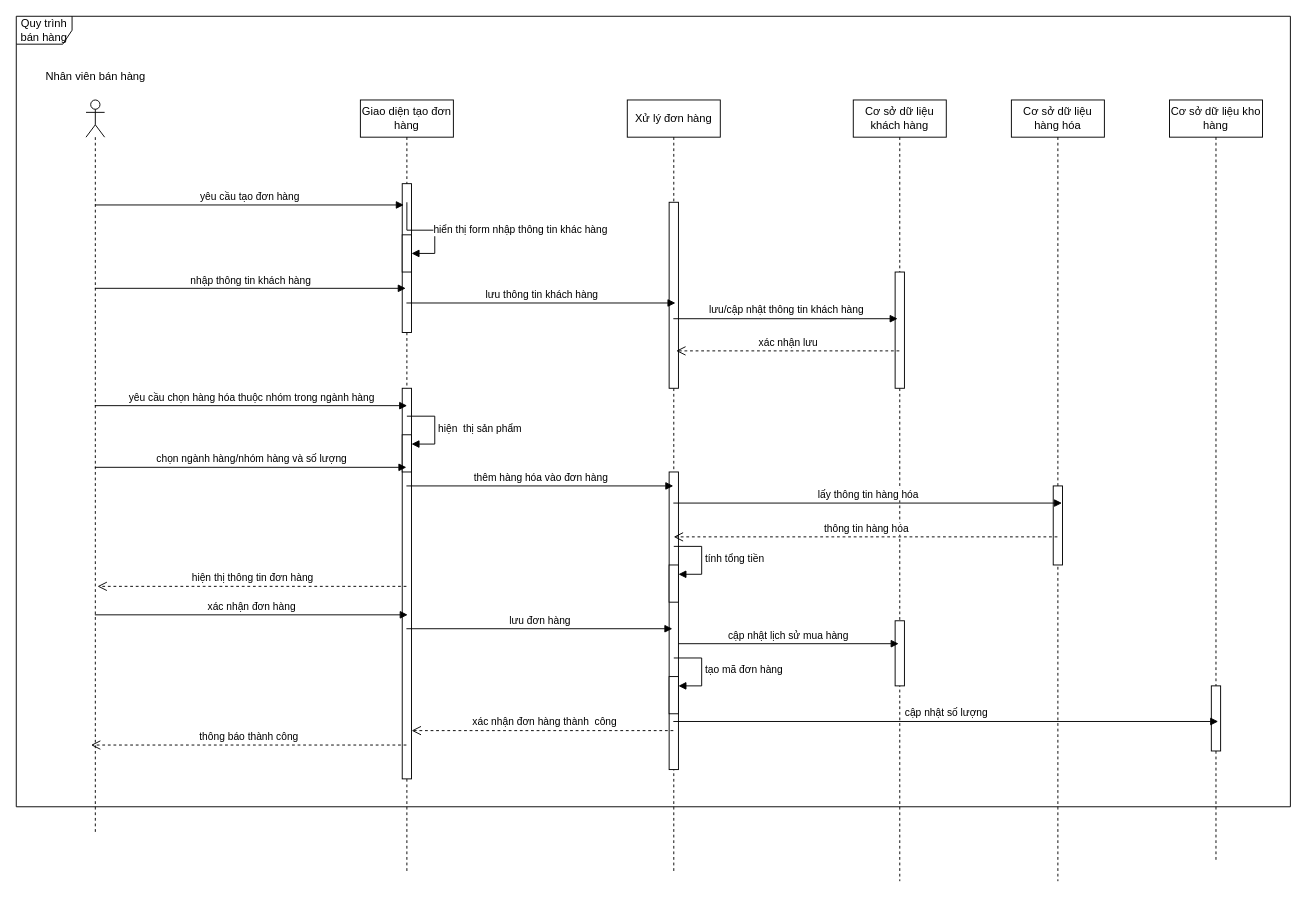
RomJoke/K keeps this draw.io diagram as NVBH sequence.drawio. Above is the earlier version. Source tidied: cells renumbered, new cells numbered last; positions are measured from the earlier drawing's top-left corner, leaving out a move shared by most shapes. Both pictures are drawn from the tidied source at 93%, with x=0, y=0 at pixel (16, 16).
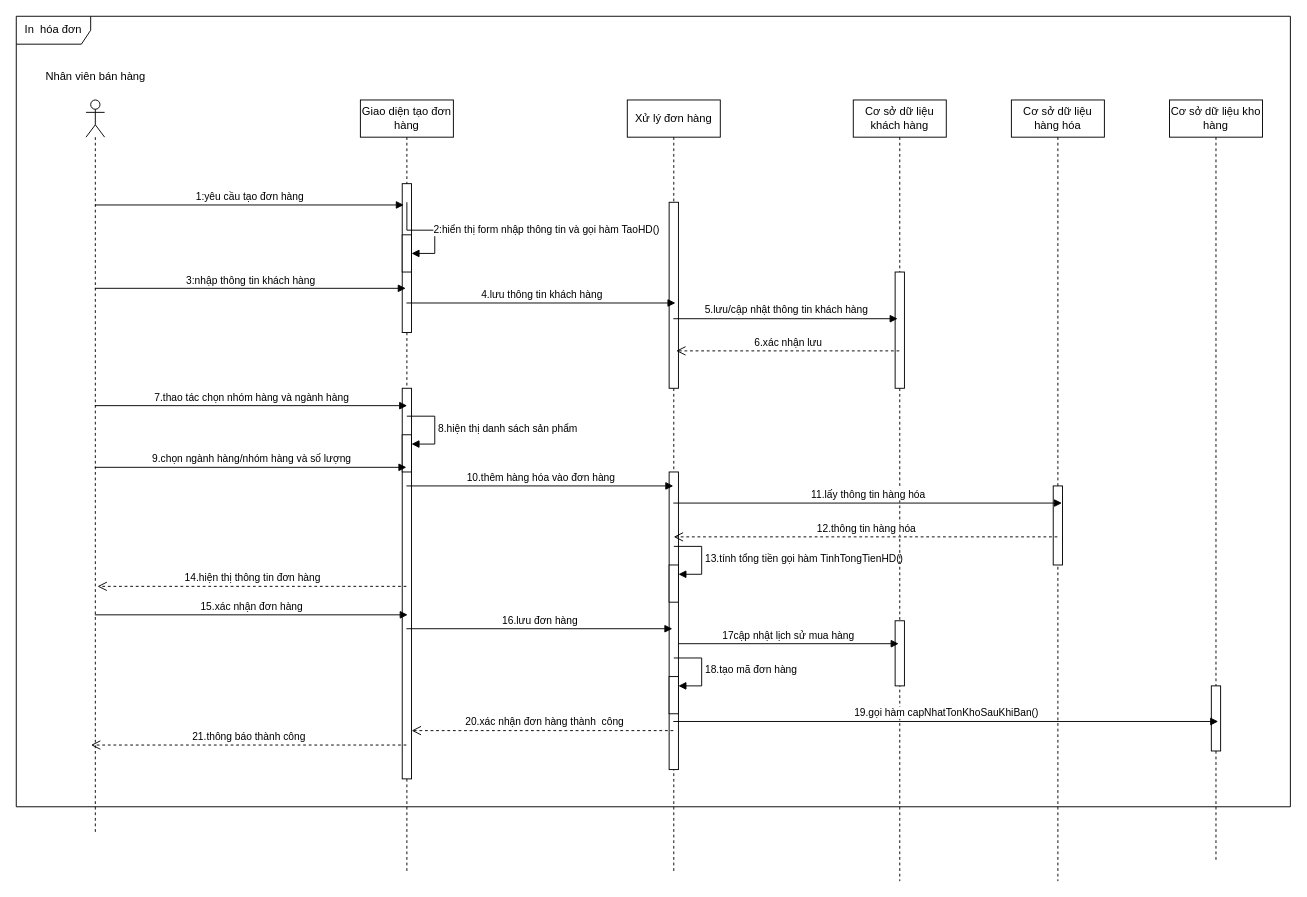
The same diagram, later.

The change refers to these unchanged cells:
```xml
<mxCell id="3" style="shape=umlLifeline;perimeter=lifelinePerimeter;whiteSpace=wrap;html=1;outlineConnect=0;portConstraint=eastwest;newEdgeStyle={&quot;curved&quot;:0,&quot;rounded&quot;:0};participant=umlActor;size=40;" parent="1" vertex="1">
  <mxGeometry x="75" y="90" width="20" height="790" as="geometry" />
</mxCell>
<mxCell id="5" value="Giao diện tạo đơn hàng" style="shape=umlLifeline;perimeter=lifelinePerimeter;whiteSpace=wrap;html=1;outlineConnect=0;portConstraint=eastwest;newEdgeStyle={&quot;curved&quot;:0,&quot;rounded&quot;:0};" parent="1" vertex="1">
  <mxGeometry x="370" y="90" width="100" height="830" as="geometry" />
</mxCell>
<mxCell id="6" style="html=1;points=[[0,0,0,0,5],[0,1,0,0,-5],[1,0,0,0,5],[1,1,0,0,-5]];perimeter=orthogonalPerimeter;outlineConnect=0;targetShapes=umlLifeline;portConstraint=eastwest;newEdgeStyle={&quot;curved&quot;:0,&quot;rounded&quot;:0};" parent="5" vertex="1">
  <mxGeometry x="45" y="90" width="10" height="160" as="geometry" />
</mxCell>
<mxCell id="7" style="html=1;points=[[0,0,0,0,5],[0,1,0,0,-5],[1,0,0,0,5],[1,1,0,0,-5]];perimeter=orthogonalPerimeter;outlineConnect=0;targetShapes=umlLifeline;portConstraint=eastwest;newEdgeStyle={&quot;curved&quot;:0,&quot;rounded&quot;:0};" parent="5" vertex="1">
  <mxGeometry x="45" y="145" width="10" height="40" as="geometry" />
</mxCell>
<mxCell id="10" style="html=1;points=[[0,0,0,0,5],[0,1,0,0,-5],[1,0,0,0,5],[1,1,0,0,-5]];perimeter=orthogonalPerimeter;outlineConnect=0;targetShapes=umlLifeline;portConstraint=eastwest;newEdgeStyle={&quot;curved&quot;:0,&quot;rounded&quot;:0};" parent="5" vertex="1">
  <mxGeometry x="45" y="360" width="10" height="40" as="geometry" />
</mxCell>
<mxCell id="12" value="Xử lý đơn hàng" style="shape=umlLifeline;perimeter=lifelinePerimeter;whiteSpace=wrap;html=1;outlineConnect=0;portConstraint=eastwest;newEdgeStyle={&quot;curved&quot;:0,&quot;rounded&quot;:0};" parent="1" vertex="1">
  <mxGeometry x="657" y="90" width="100" height="830" as="geometry" />
</mxCell>
<mxCell id="13" style="html=1;points=[[0,0,0,0,5],[0,1,0,0,-5],[1,0,0,0,5],[1,1,0,0,-5]];perimeter=orthogonalPerimeter;outlineConnect=0;targetShapes=umlLifeline;portConstraint=eastwest;newEdgeStyle={&quot;curved&quot;:0,&quot;rounded&quot;:0};" parent="12" vertex="1">
  <mxGeometry x="45" y="110" width="10" height="200" as="geometry" />
</mxCell>
<mxCell id="14" style="html=1;points=[[0,0,0,0,5],[0,1,0,0,-5],[1,0,0,0,5],[1,1,0,0,-5]];perimeter=orthogonalPerimeter;outlineConnect=0;targetShapes=umlLifeline;portConstraint=eastwest;newEdgeStyle={&quot;curved&quot;:0,&quot;rounded&quot;:0};" parent="12" vertex="1">
  <mxGeometry x="45" y="400" width="10" height="320" as="geometry" />
</mxCell>
<mxCell id="15" style="html=1;points=[[0,0,0,0,5],[0,1,0,0,-5],[1,0,0,0,5],[1,1,0,0,-5]];perimeter=orthogonalPerimeter;outlineConnect=0;targetShapes=umlLifeline;portConstraint=eastwest;newEdgeStyle={&quot;curved&quot;:0,&quot;rounded&quot;:0};" parent="12" vertex="1">
  <mxGeometry x="45" y="500" width="10" height="40" as="geometry" />
</mxCell>
<mxCell id="18" style="html=1;points=[[0,0,0,0,5],[0,1,0,0,-5],[1,0,0,0,5],[1,1,0,0,-5]];perimeter=orthogonalPerimeter;outlineConnect=0;targetShapes=umlLifeline;portConstraint=eastwest;newEdgeStyle={&quot;curved&quot;:0,&quot;rounded&quot;:0};" parent="12" vertex="1">
  <mxGeometry x="45" y="620" width="10" height="40" as="geometry" />
</mxCell>
<mxCell id="19" value="Cơ sở dữ liệu khách hàng" style="shape=umlLifeline;perimeter=lifelinePerimeter;whiteSpace=wrap;html=1;outlineConnect=0;portConstraint=eastwest;newEdgeStyle={&quot;curved&quot;:0,&quot;rounded&quot;:0};" parent="1" vertex="1">
  <mxGeometry x="900" y="90" width="100" height="840" as="geometry" />
</mxCell>
<mxCell id="22" value="Cơ sở dữ liệu hàng hóa" style="shape=umlLifeline;perimeter=lifelinePerimeter;whiteSpace=wrap;html=1;outlineConnect=0;portConstraint=eastwest;newEdgeStyle={&quot;curved&quot;:0,&quot;rounded&quot;:0};" parent="1" vertex="1">
  <mxGeometry x="1070" y="90" width="100" height="840" as="geometry" />
</mxCell>
<mxCell id="40" value="Cơ sở dữ liệu kho hàng" style="shape=umlLifeline;perimeter=lifelinePerimeter;whiteSpace=wrap;html=1;outlineConnect=0;portConstraint=eastwest;newEdgeStyle={&quot;curved&quot;:0,&quot;rounded&quot;:0};size=40;" parent="1" vertex="1">
  <mxGeometry x="1240" y="90" width="100" height="820" as="geometry" />
</mxCell>
```

Change to the diagram source:
```diff
@@
-    <mxCell id="2" value="Quy trình bán hàng" style="shape=umlFrame;whiteSpace=wrap;html=1;" parent="1" vertex="1">
+    <mxCell id="2" value="In&amp;nbsp; hóa đơn" style="shape=umlFrame;whiteSpace=wrap;html=1;width=80;height=30;" parent="1" vertex="1">
       <mxGeometry width="1370" height="850" as="geometry" />
     </mxCell>
@@
-    <mxCell id="8" value="hiển thị form nhập thông tin khác hàng" style="html=1;align=left;spacingLeft=2;endArrow=block;rounded=0;edgeStyle=orthogonalEdgeStyle;curved=0;rounded=0;" parent="5" edge="1" target="7">
+    <mxCell id="8" value="2:hiển thị form nhập thông tin và gọi hàm TaoHD()" style="html=1;align=left;spacingLeft=2;endArrow=block;rounded=0;edgeStyle=orthogonalEdgeStyle;curved=0;rounded=0;" parent="5" edge="1" target="7">
       <mxGeometry relative="1" as="geometry">
         <mxPoint x="50" y="110" as="sourcePoint" />
         <Array as="points">
           <mxPoint x="80" y="140" />
         </Array>
       </mxGeometry>
     </mxCell>
@@
-    <mxCell id="11" value="hiện&amp;nbsp; thị sản phẩm" style="html=1;align=left;spacingLeft=2;endArrow=block;rounded=0;edgeStyle=orthogonalEdgeStyle;curved=0;rounded=0;" parent="5" edge="1" target="10">
+    <mxCell id="11" value="8.hiện thị danh sách sản phẩm" style="html=1;align=left;spacingLeft=2;endArrow=block;rounded=0;edgeStyle=orthogonalEdgeStyle;curved=0;rounded=0;" parent="5" edge="1" target="10">
       <mxGeometry relative="1" as="geometry">
         <mxPoint x="50" y="340" as="sourcePoint" />
         <Array as="points">
           <mxPoint x="80" y="370" />
         </Array>
       </mxGeometry>
     </mxCell>
@@
-    <mxCell id="16" value="tính tổng tiền" style="html=1;align=left;spacingLeft=2;endArrow=block;rounded=0;edgeStyle=orthogonalEdgeStyle;curved=0;rounded=0;" parent="12" edge="1" target="15">
+    <mxCell id="16" value="13.tính tổng tiền gọi hàm TinhTongTienHD()" style="html=1;align=left;spacingLeft=2;endArrow=block;rounded=0;edgeStyle=orthogonalEdgeStyle;curved=0;rounded=0;" parent="12" edge="1" target="15">
       <mxGeometry x="0.01" relative="1" as="geometry">
         <mxPoint x="50" y="480" as="sourcePoint" />
         <Array as="points">
           <mxPoint x="80" y="510" />
         </Array>
       </mxGeometry>
     </mxCell>
-    <mxCell id="17" value="tạo mã đơn hàng" style="html=1;align=left;spacingLeft=2;endArrow=block;rounded=0;edgeStyle=orthogonalEdgeStyle;curved=0;rounded=0;" parent="12" edge="1" target="18">
+    <mxCell id="17" value="18.tạo mã đơn hàng" style="html=1;align=left;spacingLeft=2;endArrow=block;rounded=0;edgeStyle=orthogonalEdgeStyle;curved=0;rounded=0;" parent="12" edge="1" target="18">
       <mxGeometry relative="1" as="geometry">
         <mxPoint x="50" y="600" as="sourcePoint" />
         <Array as="points">
           <mxPoint x="80" y="630" />
         </Array>
       </mxGeometry>
     </mxCell>
@@
-    <mxCell id="24" value="yêu cầu tạo đơn hàng" style="html=1;verticalAlign=bottom;endArrow=block;curved=0;rounded=0;entryX=0.172;entryY=0.143;entryDx=0;entryDy=0;entryPerimeter=0;" parent="1" edge="1" source="3" target="6">
+    <mxCell id="24" value="1:yêu cầu tạo đơn hàng" style="html=1;verticalAlign=bottom;endArrow=block;curved=0;rounded=0;entryX=0.172;entryY=0.143;entryDx=0;entryDy=0;entryPerimeter=0;" parent="1" edge="1" source="3" target="6">
       <mxGeometry relative="1" as="geometry" />
     </mxCell>
-    <mxCell id="25" value="nhập thông tin khách hàng" style="html=1;verticalAlign=bottom;endArrow=block;curved=0;rounded=0;entryX=0.488;entryY=0.244;entryDx=0;entryDy=0;entryPerimeter=0;" parent="1" edge="1" source="3" target="5">
+    <mxCell id="25" value="3:nhập thông tin khách hàng" style="html=1;verticalAlign=bottom;endArrow=block;curved=0;rounded=0;entryX=0.488;entryY=0.244;entryDx=0;entryDy=0;entryPerimeter=0;" parent="1" edge="1" source="3" target="5">
       <mxGeometry relative="1" as="geometry" />
     </mxCell>
-    <mxCell id="26" value="lưu thông tin khách hàng" style="html=1;verticalAlign=bottom;endArrow=block;curved=0;rounded=0;entryX=0.518;entryY=0.263;entryDx=0;entryDy=0;entryPerimeter=0;" parent="1" edge="1" source="5" target="12">
+    <mxCell id="26" value="4.lưu thông tin khách hàng" style="html=1;verticalAlign=bottom;endArrow=block;curved=0;rounded=0;entryX=0.518;entryY=0.263;entryDx=0;entryDy=0;entryPerimeter=0;" parent="1" edge="1" source="5" target="12">
       <mxGeometry relative="1" as="geometry" />
     </mxCell>
-    <mxCell id="27" value="lưu/cập nhật thông tin khách hàng" style="html=1;verticalAlign=bottom;endArrow=block;curved=0;rounded=0;entryX=0.477;entryY=0.28;entryDx=0;entryDy=0;entryPerimeter=0;" parent="1" edge="1" source="12" target="19">
+    <mxCell id="27" value="5.lưu/cập nhật thông tin khách hàng" style="html=1;verticalAlign=bottom;endArrow=block;curved=0;rounded=0;entryX=0.477;entryY=0.28;entryDx=0;entryDy=0;entryPerimeter=0;" parent="1" edge="1" source="12" target="19">
       <mxGeometry relative="1" as="geometry" />
     </mxCell>
-    <mxCell id="28" value="xác nhận lưu" style="html=1;verticalAlign=bottom;endArrow=open;dashed=1;endSize=8;curved=0;rounded=0;entryX=0.755;entryY=0.799;entryDx=0;entryDy=0;entryPerimeter=0;" parent="1" edge="1" source="19" target="13">
+    <mxCell id="28" value="6.xác nhận lưu" style="html=1;verticalAlign=bottom;endArrow=open;dashed=1;endSize=8;curved=0;rounded=0;entryX=0.755;entryY=0.799;entryDx=0;entryDy=0;entryPerimeter=0;" parent="1" edge="1" source="19" target="13">
       <mxGeometry relative="1" as="geometry" />
     </mxCell>
-    <mxCell id="29" value="yêu cầu chọn hàng hóa thuộc nhóm trong ngành hàng" style="html=1;verticalAlign=bottom;endArrow=block;curved=0;rounded=0;entryX=0.503;entryY=0.396;entryDx=0;entryDy=0;entryPerimeter=0;" parent="1" edge="1" source="3" target="5">
+    <mxCell id="29" value="7.thao tác chọn nhóm hàng và ngành hàng" style="html=1;verticalAlign=bottom;endArrow=block;curved=0;rounded=0;entryX=0.503;entryY=0.396;entryDx=0;entryDy=0;entryPerimeter=0;" parent="1" edge="1" source="3" target="5">
       <mxGeometry relative="1" as="geometry" />
     </mxCell>
-    <mxCell id="30" value="chọn ngành hàng/nhóm hàng và số lượng" style="html=1;verticalAlign=bottom;endArrow=block;curved=0;rounded=0;" parent="1" edge="1" source="3" target="5">
+    <mxCell id="30" value="9.chọn ngành hàng/nhóm hàng và số lượng" style="html=1;verticalAlign=bottom;endArrow=block;curved=0;rounded=0;" parent="1" edge="1" source="3" target="5">
       <mxGeometry relative="1" as="geometry" />
     </mxCell>
-    <mxCell id="31" value="thêm hàng hóa vào đơn hàng" style="html=1;verticalAlign=bottom;endArrow=block;curved=0;rounded=0;" parent="1" edge="1" source="5" target="12">
+    <mxCell id="31" value="10.thêm hàng hóa vào đơn hàng" style="html=1;verticalAlign=bottom;endArrow=block;curved=0;rounded=0;" parent="1" edge="1" source="5" target="12">
       <mxGeometry relative="1" as="geometry" />
     </mxCell>
-    <mxCell id="32" value="lấy thông tin hàng hóa" style="html=1;verticalAlign=bottom;endArrow=block;curved=0;rounded=0;entryX=0.544;entryY=0.516;entryDx=0;entryDy=0;entryPerimeter=0;" parent="1" edge="1" source="12" target="22">
+    <mxCell id="32" value="11.lấy thông tin hàng hóa" style="html=1;verticalAlign=bottom;endArrow=block;curved=0;rounded=0;entryX=0.544;entryY=0.516;entryDx=0;entryDy=0;entryPerimeter=0;" parent="1" edge="1" source="12" target="22">
       <mxGeometry relative="1" as="geometry" />
     </mxCell>
-    <mxCell id="33" value="thông tin hàng hóa" style="html=1;verticalAlign=bottom;endArrow=open;dashed=1;endSize=8;curved=0;rounded=0;entryX=0.499;entryY=0.566;entryDx=0;entryDy=0;entryPerimeter=0;" parent="1" edge="1" source="22" target="12">
+    <mxCell id="33" value="12.thông tin hàng hóa" style="html=1;verticalAlign=bottom;endArrow=open;dashed=1;endSize=8;curved=0;rounded=0;entryX=0.499;entryY=0.566;entryDx=0;entryDy=0;entryPerimeter=0;" parent="1" edge="1" source="22" target="12">
       <mxGeometry relative="1" as="geometry" />
     </mxCell>
-    <mxCell id="34" value="hiện thị thông tin đơn hàng" style="html=1;verticalAlign=bottom;endArrow=open;dashed=1;endSize=8;curved=0;rounded=0;entryX=0.615;entryY=0.662;entryDx=0;entryDy=0;entryPerimeter=0;" parent="1" edge="1" source="5" target="3">
+    <mxCell id="34" value="14.hiện thị thông tin đơn hàng" style="html=1;verticalAlign=bottom;endArrow=open;dashed=1;endSize=8;curved=0;rounded=0;entryX=0.615;entryY=0.662;entryDx=0;entryDy=0;entryPerimeter=0;" parent="1" edge="1" source="5" target="3">
       <mxGeometry relative="1" as="geometry" />
     </mxCell>
-    <mxCell id="35" value="xác nhận đơn hàng" style="html=1;verticalAlign=bottom;endArrow=block;curved=0;rounded=0;entryX=0.509;entryY=0.667;entryDx=0;entryDy=0;entryPerimeter=0;" parent="1" edge="1" source="3" target="5">
+    <mxCell id="35" value="15.xác nhận đơn hàng" style="html=1;verticalAlign=bottom;endArrow=block;curved=0;rounded=0;entryX=0.509;entryY=0.667;entryDx=0;entryDy=0;entryPerimeter=0;" parent="1" edge="1" source="3" target="5">
       <mxGeometry relative="1" as="geometry" />
     </mxCell>
-    <mxCell id="36" value="lưu đơn hàng" style="html=1;verticalAlign=bottom;endArrow=block;curved=0;rounded=0;entryX=0.485;entryY=0.685;entryDx=0;entryDy=0;entryPerimeter=0;" parent="1" edge="1" source="5" target="12">
+    <mxCell id="36" value="16.lưu đơn hàng" style="html=1;verticalAlign=bottom;endArrow=block;curved=0;rounded=0;entryX=0.485;entryY=0.685;entryDx=0;entryDy=0;entryPerimeter=0;" parent="1" edge="1" source="5" target="12">
       <mxGeometry relative="1" as="geometry" />
     </mxCell>
-    <mxCell id="37" value="cập nhật lịch sử mua hàng" style="html=1;verticalAlign=bottom;endArrow=block;curved=0;rounded=0;entryX=0.488;entryY=0.696;entryDx=0;entryDy=0;entryPerimeter=0;" parent="1" edge="1" source="14" target="19">
+    <mxCell id="37" value="17cập nhật lịch sử mua hàng" style="html=1;verticalAlign=bottom;endArrow=block;curved=0;rounded=0;entryX=0.488;entryY=0.696;entryDx=0;entryDy=0;entryPerimeter=0;" parent="1" edge="1" source="14" target="19">
       <mxGeometry relative="1" as="geometry" />
     </mxCell>
-    <mxCell id="38" value="xác nhận đơn hàng thành&amp;nbsp; công" style="html=1;verticalAlign=bottom;endArrow=open;dashed=1;endSize=8;curved=0;rounded=0;entryX=0.551;entryY=0.817;entryDx=0;entryDy=0;entryPerimeter=0;" parent="1" edge="1" source="12" target="5">
+    <mxCell id="38" value="20.xác nhận đơn hàng thành&amp;nbsp; công" style="html=1;verticalAlign=bottom;endArrow=open;dashed=1;endSize=8;curved=0;rounded=0;entryX=0.551;entryY=0.817;entryDx=0;entryDy=0;entryPerimeter=0;" parent="1" edge="1" source="12" target="5">
       <mxGeometry x="-0.01" relative="1" as="geometry" />
     </mxCell>
-    <mxCell id="39" value="thông báo thành công" style="html=1;verticalAlign=bottom;endArrow=open;dashed=1;endSize=8;curved=0;rounded=0;entryX=0.266;entryY=0.878;entryDx=0;entryDy=0;entryPerimeter=0;" parent="1" edge="1" source="5" target="3">
+    <mxCell id="39" value="21.thông báo thành công" style="html=1;verticalAlign=bottom;endArrow=open;dashed=1;endSize=8;curved=0;rounded=0;entryX=0.266;entryY=0.878;entryDx=0;entryDy=0;entryPerimeter=0;" parent="1" edge="1" source="5" target="3">
       <mxGeometry relative="1" as="geometry" />
     </mxCell>
@@
-    <mxCell id="42" value="cập nhật số lượng" style="html=1;verticalAlign=bottom;endArrow=block;curved=0;rounded=0;entryX=0.524;entryY=0.815;entryDx=0;entryDy=0;entryPerimeter=0;" parent="1" edge="1" source="12" target="40">
+    <mxCell id="42" value="19.gọi hàm capNhatTonKhoSauKhiBan()" style="html=1;verticalAlign=bottom;endArrow=block;curved=0;rounded=0;entryX=0.524;entryY=0.815;entryDx=0;entryDy=0;entryPerimeter=0;" parent="1" edge="1" source="12" target="40">
       <mxGeometry relative="1" as="geometry" />
     </mxCell>
```
